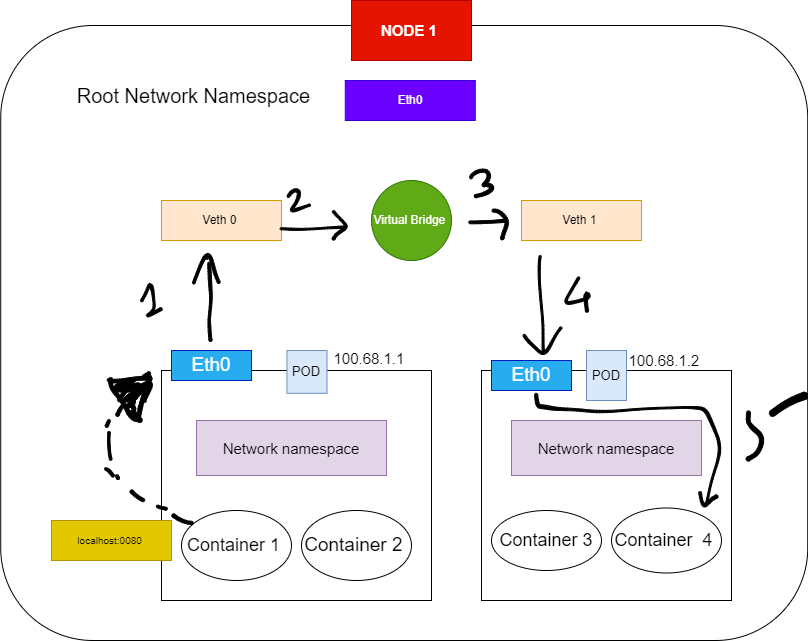
The draw.io diagram Page_images/Pod-2-pod -networking.drawio.png in dikshita-git/RP_Study-on-Ingress-and-its-security-IPv4-IPv6-, before a commit. Source tidied: cells renumbered, new cells last; positions are measured from the earlier drawing's top-left corner, leaving out a move shared by most shapes.
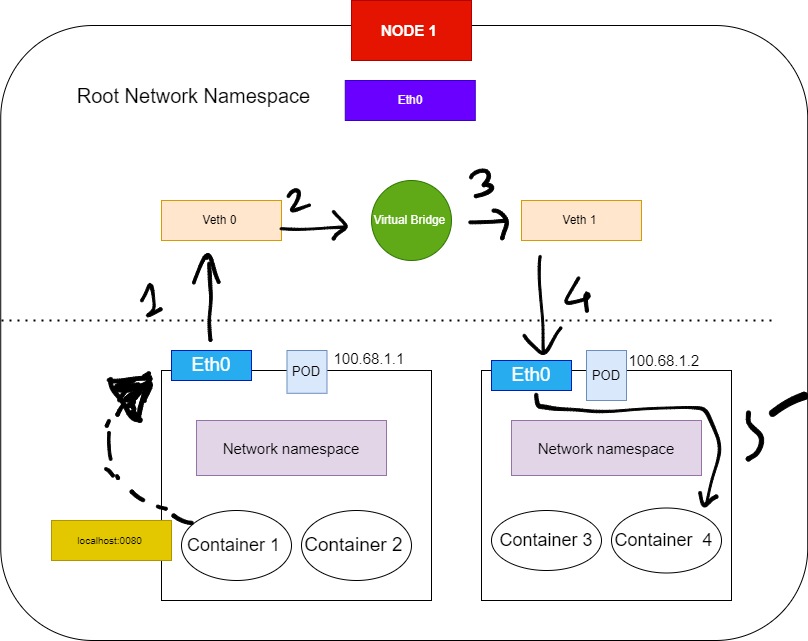
Above is the later version.

What changed in the source:
```diff
@@ -158,5 +158,11 @@
     <mxCell id="53" value="Root Network Namespace" style="text;html=1;strokeColor=none;fillColor=none;align=center;verticalAlign=middle;whiteSpace=wrap;rounded=0;fontSize=20;" parent="1" vertex="1">
       <mxGeometry x="59.8" y="80" width="266.7" height="30" as="geometry" />
     </mxCell>
+    <mxCell id="54" style="endArrow=none;dashed=1;html=1;dashPattern=1 3;strokeWidth=2;rounded=0;" parent="1" edge="1">
+      <mxGeometry relative="1" as="geometry">
+        <mxPoint x="1" y="320" as="sourcePoint" />
+        <mxPoint x="771" y="320" as="targetPoint" />
+      </mxGeometry>
+    </mxCell>
   </root>
 </mxGraphModel>
```
